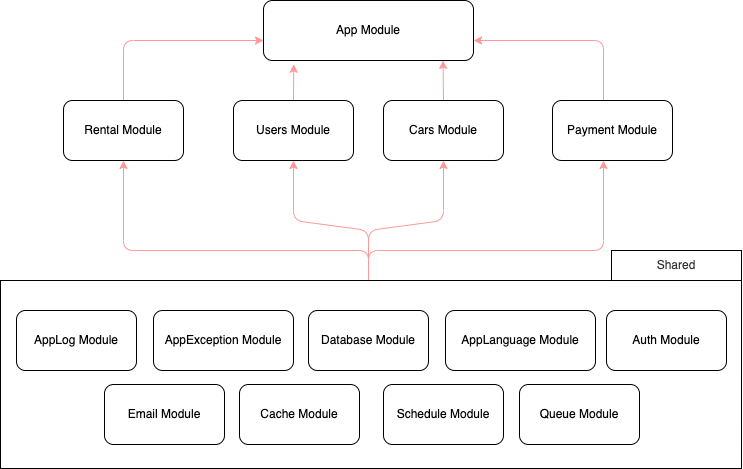
The draw.io diagram ModuleArchitecture.drawio.png in vnbrew/quynd-car-rent-nestjs, before a commit. Source tidied: cells renumbered, new cells last; positions are measured from the earlier drawing's top-left corner, leaving out a move shared by most shapes.
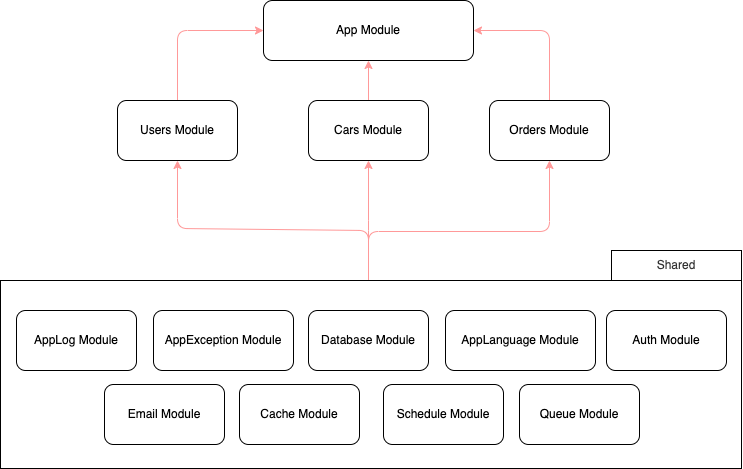
The same file after the commit.

Diff of the diagram source:
```diff
@@ -5,61 +5,43 @@
     <mxCell id="2" value="App Module" style="rounded=1;whiteSpace=wrap;html=1;" parent="1" vertex="1">
       <mxGeometry x="263" y="140" width="210" height="60" as="geometry" />
     </mxCell>
-    <mxCell id="3" style="edgeStyle=none;html=1;exitX=0.5;exitY=0;exitDx=0;exitDy=0;entryX=0.144;entryY=1.062;entryDx=0;entryDy=0;entryPerimeter=0;rounded=1;strokeColor=#FF9999;" parent="1" edge="1" source="4" target="2">
-      <mxGeometry relative="1" as="geometry" />
+    <mxCell id="3" style="edgeStyle=none;html=1;exitX=0.5;exitY=0;exitDx=0;exitDy=0;entryX=0;entryY=0.5;entryDx=0;entryDy=0;rounded=1;strokeColor=#FF9999;" parent="1" edge="1" source="4" target="2">
+      <mxGeometry relative="1" as="geometry">
+        <Array as="points">
+          <mxPoint x="177" y="170" />
+        </Array>
+      </mxGeometry>
     </mxCell>
     <mxCell id="4" value="Users Module" style="rounded=1;whiteSpace=wrap;html=1;" parent="1" vertex="1">
-      <mxGeometry x="233" y="240" width="120" height="60" as="geometry" />
+      <mxGeometry x="117" y="240" width="120" height="60" as="geometry" />
     </mxCell>
-    <mxCell id="5" style="edgeStyle=none;html=1;exitX=0.5;exitY=0;exitDx=0;exitDy=0;entryX=0.855;entryY=1;entryDx=0;entryDy=0;entryPerimeter=0;rounded=1;strokeColor=#FF9999;" parent="1" edge="1" source="6" target="2">
+    <mxCell id="5" style="edgeStyle=none;html=1;exitX=0.5;exitY=0;exitDx=0;exitDy=0;entryX=0.5;entryY=1;entryDx=0;entryDy=0;rounded=1;strokeColor=#FF9999;" parent="1" edge="1" source="6" target="2">
       <mxGeometry relative="1" as="geometry" />
     </mxCell>
     <mxCell id="6" value="Cars Module" style="rounded=1;whiteSpace=wrap;html=1;" parent="1" vertex="1">
-      <mxGeometry x="383" y="240" width="120" height="60" as="geometry" />
+      <mxGeometry x="308" y="240" width="120" height="60" as="geometry" />
     </mxCell>
-    <mxCell id="7" style="edgeStyle=none;html=1;exitX=0.5;exitY=0;exitDx=0;exitDy=0;rounded=1;strokeColor=#FF9999;" parent="1" edge="1">
+    <mxCell id="7" style="edgeStyle=none;html=1;exitX=0.5;exitY=0;exitDx=0;exitDy=0;rounded=1;strokeColor=#FF9999;entryX=1;entryY=0.5;entryDx=0;entryDy=0;" parent="1" edge="1" source="8" target="2">
       <mxGeometry relative="1" as="geometry">
-        <mxPoint x="603" y="240" as="sourcePoint" />
-        <mxPoint x="473" y="180" as="targetPoint" />
         <Array as="points">
-          <mxPoint x="603" y="180" />
+          <mxPoint x="549" y="170" />
         </Array>
       </mxGeometry>
     </mxCell>
-    <mxCell id="8" value="Payment Module" style="rounded=1;whiteSpace=wrap;html=1;" parent="1" vertex="1">
-      <mxGeometry x="552" y="240" width="120" height="60" as="geometry" />
+    <mxCell id="8" value="Orders Module" style="rounded=1;whiteSpace=wrap;html=1;" parent="1" vertex="1">
+      <mxGeometry x="489" y="240" width="120" height="60" as="geometry" />
     </mxCell>
     <mxCell id="9" style="edgeStyle=none;html=1;exitX=0.5;exitY=1;exitDx=0;exitDy=0;entryX=0.5;entryY=0;entryDx=0;entryDy=0;rounded=1;strokeColor=#FF9999;" parent="1" edge="1">
       <mxGeometry relative="1" as="geometry">
         <mxPoint x="377" as="targetPoint" />
       </mxGeometry>
     </mxCell>
-    <mxCell id="10" style="edgeStyle=none;html=1;exitX=0.5;exitY=0;exitDx=0;exitDy=0;rounded=1;strokeColor=#FF9999;" parent="1" edge="1" source="11">
-      <mxGeometry relative="1" as="geometry">
-        <mxPoint x="263" y="180" as="targetPoint" />
-        <Array as="points">
-          <mxPoint x="123" y="180" />
-        </Array>
-      </mxGeometry>
-    </mxCell>
-    <mxCell id="11" value="Rental Module" style="rounded=1;whiteSpace=wrap;html=1;" parent="1" vertex="1">
-      <mxGeometry x="63" y="240" width="120" height="60" as="geometry" />
-    </mxCell>
-    <mxCell id="12" style="edgeStyle=none;html=1;exitX=0.5;exitY=0;exitDx=0;exitDy=0;entryX=0.5;entryY=1;entryDx=0;entryDy=0;rounded=1;strokeColor=#FF9999;" parent="1" edge="1" target="11">
-      <mxGeometry relative="1" as="geometry">
-        <mxPoint x="368" y="420" as="sourcePoint" />
-        <Array as="points">
-          <mxPoint x="368" y="390" />
-          <mxPoint x="123" y="390" />
-        </Array>
-      </mxGeometry>
-    </mxCell>
     <mxCell id="13" style="edgeStyle=none;html=1;exitX=0.5;exitY=0;exitDx=0;exitDy=0;entryX=0.5;entryY=1;entryDx=0;entryDy=0;rounded=1;strokeColor=#FF9999;" parent="1" edge="1" target="4">
       <mxGeometry relative="1" as="geometry">
         <mxPoint x="368" y="420" as="sourcePoint" />
         <Array as="points">
           <mxPoint x="368" y="370" />
-          <mxPoint x="293" y="360" />
+          <mxPoint x="177" y="368" />
         </Array>
       </mxGeometry>
     </mxCell>
@@ -68,17 +50,15 @@
         <mxPoint x="368" y="420" as="sourcePoint" />
         <Array as="points">
           <mxPoint x="368" y="370" />
-          <mxPoint x="443" y="360" />
         </Array>
       </mxGeometry>
     </mxCell>
-    <mxCell id="15" style="edgeStyle=none;html=1;exitX=0.5;exitY=0;exitDx=0;exitDy=0;entryX=0.5;entryY=1;entryDx=0;entryDy=0;rounded=1;strokeColor=#FF9999;" parent="1" edge="1">
+    <mxCell id="15" style="edgeStyle=none;html=1;exitX=0.5;exitY=0;exitDx=0;exitDy=0;entryX=0.5;entryY=1;entryDx=0;entryDy=0;rounded=1;strokeColor=#FF9999;" parent="1" edge="1" target="8">
       <mxGeometry relative="1" as="geometry">
         <mxPoint x="368" y="420" as="sourcePoint" />
-        <mxPoint x="603" y="300" as="targetPoint" />
         <Array as="points">
-          <mxPoint x="368" y="390" />
-          <mxPoint x="603" y="390" />
+          <mxPoint x="368" y="371" />
+          <mxPoint x="549" y="371" />
         </Array>
       </mxGeometry>
     </mxCell>
```
